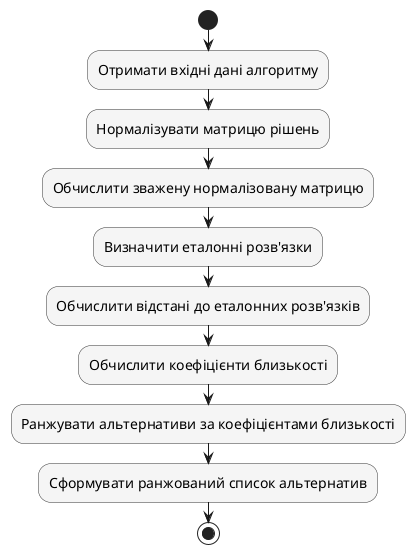
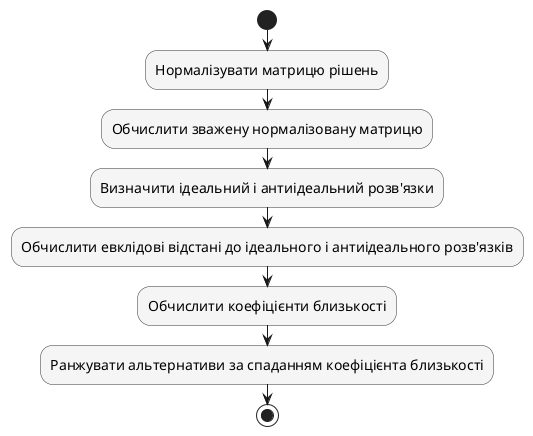
@startuml
' Рис. 2.8. Діаграма діяльності алгоритму TOPSIS
skinparam shadowing false
skinparam defaultFontName "Times New Roman"
skinparam defaultFontSize 14
skinparam activity {
    BackgroundColor #f5f5f5
    BorderColor #333333
    FontSize 14
}
skinparam activityDiamond {
    FontSize 14
}
skinparam ArrowFontSize 13

start
- :Отримати вхідні дані алгоритму;
- 
:Нормалізувати матрицю рішень;

:Обчислити зважену нормалізовану матрицю;

- :Визначити еталонні розв'язки;
+ :Визначити ідеальний і антиідеальний розв'язки;

- :Обчислити відстані до еталонних розв'язків;
+ :Обчислити евклідові відстані до ідеального і антиідеального розв'язків;

:Обчислити коефіцієнти близькості;

- :Ранжувати альтернативи за коефіцієнтами близькості;
- 
- :Сформувати ранжований список альтернатив;
+ :Ранжувати альтернативи за спаданням коефіцієнта близькості;
stop

@enduml
